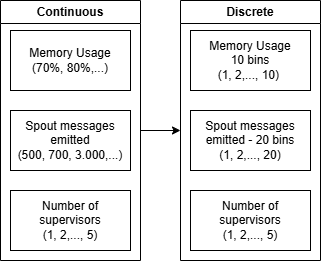
The draw.io diagram images/flows-state-discretization.drawio.png in Lemionday/thesis-report, before a commit. Source tidied: cells renumbered, new cells last; positions are measured from the earlier drawing's top-left corner, leaving out a move shared by most shapes. Its diagram source:
```xml
<mxGraphModel>
  <root>
    <mxCell id="0" />
    <mxCell id="1" parent="0" />
    <mxCell id="2" value="Memory Usage&lt;div&gt;(70%, 80%,...)&lt;/div&gt;" style="rounded=0;whiteSpace=wrap;html=1;" parent="1" vertex="1">
      <mxGeometry x="10" y="30" width="120" height="60" as="geometry" />
    </mxCell>
    <mxCell id="3" value="Spout messages emitted&lt;div&gt;(500, 700, 3.000,...)&lt;/div&gt;" style="rounded=0;whiteSpace=wrap;html=1;" parent="1" vertex="1">
      <mxGeometry x="10" y="110" width="120" height="60" as="geometry" />
    </mxCell>
    <mxCell id="4" value="Number of supervisors&lt;div&gt;(1, 2,..., 5)&lt;/div&gt;" style="rounded=0;whiteSpace=wrap;html=1;" parent="1" vertex="1">
      <mxGeometry x="10" y="190" width="120" height="60" as="geometry" />
    </mxCell>
    <mxCell id="5" style="edgeStyle=orthogonalEdgeStyle;rounded=0;jettySize=auto;html=1;entryX=0;entryY=0.5;entryDx=0;entryDy=0;" parent="1" edge="1" source="6" target="10">
      <mxGeometry relative="1" as="geometry" />
    </mxCell>
    <mxCell id="6" value="Continuous" style="swimlane;whiteSpace=wrap;html=1;" parent="1" vertex="1">
      <mxGeometry width="140" height="260" as="geometry" />
    </mxCell>
    <mxCell id="7" value="Memory Usage&lt;div&gt;10 bins&lt;div&gt;(1, 2,..., 10)&amp;nbsp;&lt;/div&gt;&lt;/div&gt;" style="rounded=0;whiteSpace=wrap;html=1;" parent="1" vertex="1">
      <mxGeometry x="190" y="30" width="120" height="60" as="geometry" />
    </mxCell>
    <mxCell id="8" value="Spout messages emitted - 20 bins&lt;div&gt;(1, 2,..., 20)&lt;/div&gt;" style="rounded=0;whiteSpace=wrap;html=1;" parent="1" vertex="1">
      <mxGeometry x="190" y="110" width="120" height="60" as="geometry" />
    </mxCell>
    <mxCell id="9" value="Number of supervisors&lt;div&gt;(1, 2,..., 5)&lt;/div&gt;" style="rounded=0;whiteSpace=wrap;html=1;" parent="1" vertex="1">
      <mxGeometry x="190" y="190" width="120" height="60" as="geometry" />
    </mxCell>
    <mxCell id="10" value="Discrete" style="swimlane;whiteSpace=wrap;html=1;" parent="1" vertex="1">
      <mxGeometry x="180" width="140" height="260" as="geometry" />
    </mxCell>
  </root>
</mxGraphModel>
```
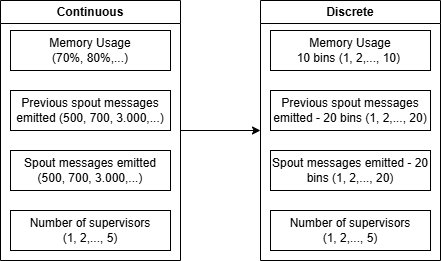
After the commit.

The edit, as a diff of the source:
```diff
@@ -3,31 +3,37 @@
     <mxCell id="0" />
     <mxCell id="1" parent="0" />
     <mxCell id="2" value="Memory Usage&lt;div&gt;(70%, 80%,...)&lt;/div&gt;" style="rounded=0;whiteSpace=wrap;html=1;" parent="1" vertex="1">
-      <mxGeometry x="10" y="30" width="120" height="60" as="geometry" />
+      <mxGeometry y="30" width="160" height="40" as="geometry" />
     </mxCell>
-    <mxCell id="3" value="Spout messages emitted&lt;div&gt;(500, 700, 3.000,...)&lt;/div&gt;" style="rounded=0;whiteSpace=wrap;html=1;" parent="1" vertex="1">
-      <mxGeometry x="10" y="110" width="120" height="60" as="geometry" />
-    </mxCell>
-    <mxCell id="4" value="Number of supervisors&lt;div&gt;(1, 2,..., 5)&lt;/div&gt;" style="rounded=0;whiteSpace=wrap;html=1;" parent="1" vertex="1">
-      <mxGeometry x="10" y="190" width="120" height="60" as="geometry" />
-    </mxCell>
     <mxCell id="5" style="edgeStyle=orthogonalEdgeStyle;rounded=0;jettySize=auto;html=1;entryX=0;entryY=0.5;entryDx=0;entryDy=0;" parent="1" edge="1" source="6" target="10">
       <mxGeometry relative="1" as="geometry" />
     </mxCell>
     <mxCell id="6" value="Continuous" style="swimlane;whiteSpace=wrap;html=1;" parent="1" vertex="1">
-      <mxGeometry width="140" height="260" as="geometry" />
+      <mxGeometry x="-10" width="180" height="260" as="geometry" />
     </mxCell>
+    <mxCell id="4" value="Number of supervisors&lt;div&gt;(1, 2,..., 5)&lt;/div&gt;" style="rounded=0;whiteSpace=wrap;html=1;" parent="6" vertex="1">
+      <mxGeometry x="10" y="210" width="160" height="40" as="geometry" />
+    </mxCell>
+    <mxCell id="11" value="Spout messages emitted&lt;div&gt;(500, 700, 3.000,...)&lt;/div&gt;" style="rounded=0;whiteSpace=wrap;html=1;" parent="6" vertex="1">
+      <mxGeometry x="10" y="150" width="160" height="40" as="geometry" />
+    </mxCell>
+    <mxCell id="3" value="Previous spout messages emitted&amp;nbsp;&lt;span style=&quot;background-color: transparent; color: light-dark(rgb(0, 0, 0), rgb(255, 255, 255));&quot;&gt;(500, 700, 3.000,...)&lt;/span&gt;" style="rounded=0;whiteSpace=wrap;html=1;" parent="6" vertex="1">
+      <mxGeometry x="10" y="90" width="160" height="40" as="geometry" />
+    </mxCell>
-    <mxCell id="7" value="Memory Usage&lt;div&gt;10 bins&lt;div&gt;(1, 2,..., 10)&amp;nbsp;&lt;/div&gt;&lt;/div&gt;" style="rounded=0;whiteSpace=wrap;html=1;" parent="1" vertex="1">
-      <mxGeometry x="190" y="30" width="120" height="60" as="geometry" />
+    <mxCell id="7" value="Memory Usage&lt;div&gt;10 bins&amp;nbsp;&lt;span style=&quot;background-color: transparent; color: light-dark(rgb(0, 0, 0), rgb(255, 255, 255));&quot;&gt;(1, 2,..., 10)&amp;nbsp;&lt;/span&gt;&lt;/div&gt;" style="rounded=0;whiteSpace=wrap;html=1;" parent="1" vertex="1">
+      <mxGeometry x="260" y="30" width="160" height="40" as="geometry" />
     </mxCell>
+    <mxCell id="10" value="Discrete" style="swimlane;whiteSpace=wrap;html=1;" parent="1" vertex="1">
+      <mxGeometry x="250" width="180" height="260" as="geometry" />
+    </mxCell>
+    <mxCell id="9" value="Number of supervisors&lt;div&gt;(1, 2,..., 5)&lt;/div&gt;" style="rounded=0;whiteSpace=wrap;html=1;" parent="10" vertex="1">
+      <mxGeometry x="10" y="210" width="160" height="40" as="geometry" />
+    </mxCell>
+    <mxCell id="12" value="Spout messages emitted - 20 bins&amp;nbsp;&lt;span style=&quot;background-color: transparent; color: light-dark(rgb(0, 0, 0), rgb(255, 255, 255));&quot;&gt;(1, 2,..., 20)&lt;/span&gt;" style="rounded=0;whiteSpace=wrap;html=1;" parent="10" vertex="1">
+      <mxGeometry x="10" y="150" width="160" height="40" as="geometry" />
+    </mxCell>
-    <mxCell id="8" value="Spout messages emitted - 20 bins&lt;div&gt;(1, 2,..., 20)&lt;/div&gt;" style="rounded=0;whiteSpace=wrap;html=1;" parent="1" vertex="1">
-      <mxGeometry x="190" y="110" width="120" height="60" as="geometry" />
+    <mxCell id="8" value="Previous spout messages emitted -&amp;nbsp;&lt;span style=&quot;background-color: transparent; color: light-dark(rgb(0, 0, 0), rgb(255, 255, 255));&quot;&gt;20 bins&amp;nbsp;&lt;/span&gt;&lt;span style=&quot;background-color: transparent; color: light-dark(rgb(0, 0, 0), rgb(255, 255, 255));&quot;&gt;(1, 2,..., 20)&lt;/span&gt;" style="rounded=0;whiteSpace=wrap;html=1;" parent="10" vertex="1">
+      <mxGeometry x="10" y="90" width="160" height="40" as="geometry" />
     </mxCell>
-    <mxCell id="9" value="Number of supervisors&lt;div&gt;(1, 2,..., 5)&lt;/div&gt;" style="rounded=0;whiteSpace=wrap;html=1;" parent="1" vertex="1">
-      <mxGeometry x="190" y="190" width="120" height="60" as="geometry" />
-    </mxCell>
-    <mxCell id="10" value="Discrete" style="swimlane;whiteSpace=wrap;html=1;" parent="1" vertex="1">
-      <mxGeometry x="180" width="140" height="260" as="geometry" />
-    </mxCell>
   </root>
 </mxGraphModel>
```
